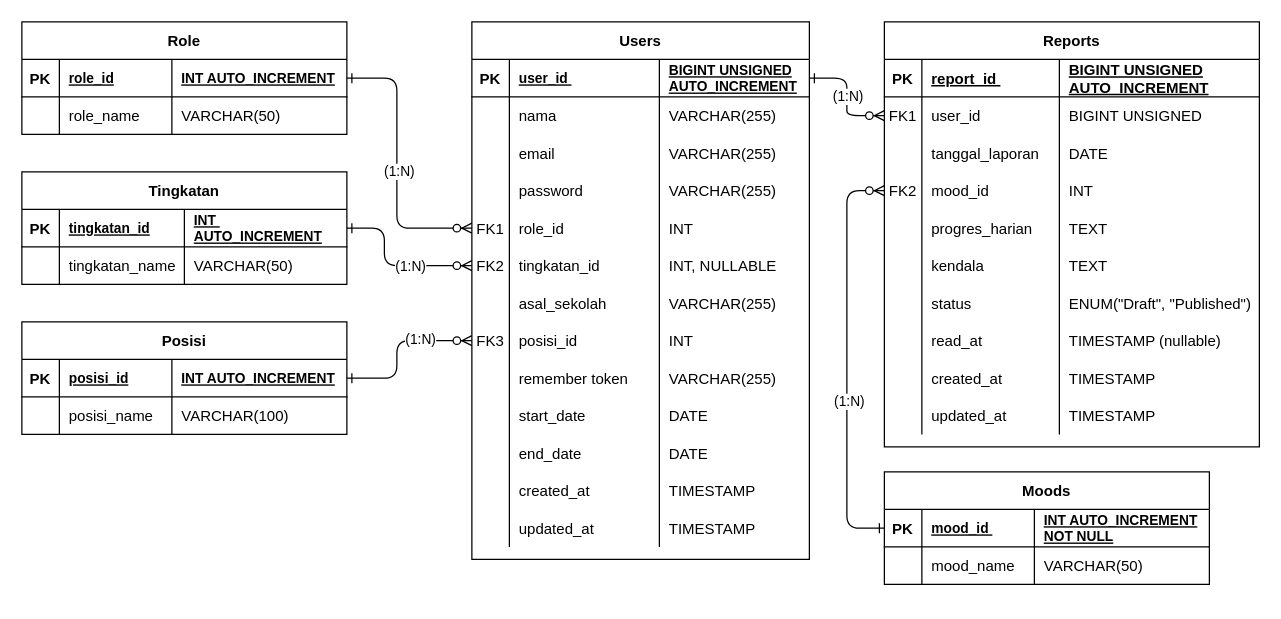
Above: page "Halaman-2" (2 of 2) of ERD_MonitoringMagang.drawio in niflAkuy/MonitoringMagang (draw.io), before the change. Source tidied: cells renumbered, new cells numbered last; positions are measured from the earlier drawing's top-left corner, leaving out a move shared by most shapes. Both pictures are drawn from the tidied source at 125%, with x=0, y=0 at pixel (21, 21).
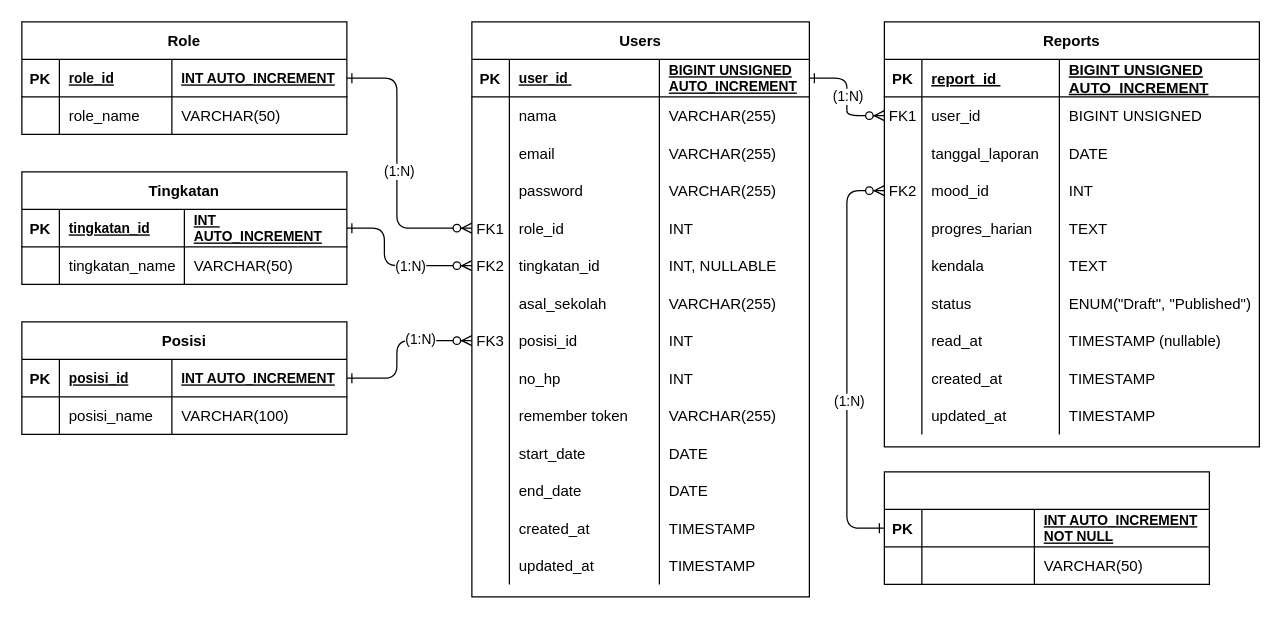
The same page after the edit.

The change refers to these unchanged cells:
```xml
<mxCell id="99" style="shape=partialRectangle;fillColor=none;points=[[0,0.5],[1,0.5]];portConstraint=eastwest;top=0;left=0;right=0;bottom=1;" parent="98" vertex="1">
  <mxGeometry y="30" width="260" height="30" as="geometry" />
</mxCell>
<mxCell id="103" style="shape=partialRectangle;fillColor=none;top=0;left=0;right=0;bottom=0;" parent="98" vertex="1">
  <mxGeometry y="60" width="260" height="30" as="geometry" />
</mxCell>
```

What changed in the source:
```diff
@@
     <mxCell id="45" value="Users" style="shape=table;startSize=30;childLayout=tableLayout;rowLines=0;fontStyle=1;align=center;" parent="1" vertex="1">
-      <mxGeometry x="360" width="270" height="430" as="geometry" />
+      <mxGeometry x="360" width="270" height="460" as="geometry" />
     </mxCell>
@@
+    <mxCell id="142" style="shape=partialRectangle;fillColor=none;top=0;left=0;right=0;bottom=0;" parent="45" vertex="1">
+      <mxGeometry y="270" width="270" height="30" as="geometry" />
+    </mxCell>
+    <mxCell id="143" style="shape=partialRectangle;overflow=hidden;fillColor=none;top=0;left=0;bottom=0;right=0;" parent="142" vertex="1">
+      <mxGeometry width="30" height="30" as="geometry" />
+    </mxCell>
+    <mxCell id="144" value="no_hp" style="shape=partialRectangle;overflow=hidden;fillColor=none;top=0;left=0;bottom=0;right=0;align=left;spacingLeft=6;" parent="142" vertex="1">
+      <mxGeometry x="30" width="120" height="30" as="geometry" />
+    </mxCell>
+    <mxCell id="145" value="INT" style="shape=partialRectangle;overflow=hidden;fillColor=none;top=0;left=0;bottom=0;right=0;align=left;spacingLeft=6;" parent="142" vertex="1">
+      <mxGeometry x="150" width="120" height="30" as="geometry" />
+    </mxCell>
     <mxCell id="78" style="shape=partialRectangle;fillColor=none;top=0;left=0;right=0;bottom=0;" parent="45" vertex="1">
-      <mxGeometry y="270" width="270" height="30" as="geometry" />
+      <mxGeometry y="300" width="270" height="30" as="geometry" />
     </mxCell>
@@
     <mxCell id="82" style="shape=partialRectangle;fillColor=none;top=0;left=0;right=0;bottom=0;" parent="45" vertex="1">
-      <mxGeometry y="300" width="270" height="30" as="geometry" />
+      <mxGeometry y="330" width="270" height="30" as="geometry" />
     </mxCell>
@@
     <mxCell id="86" style="shape=partialRectangle;fillColor=none;top=0;left=0;right=0;bottom=0;" parent="45" vertex="1">
-      <mxGeometry y="330" width="270" height="30" as="geometry" />
+      <mxGeometry y="360" width="270" height="30" as="geometry" />
     </mxCell>
@@
     <mxCell id="90" style="shape=partialRectangle;fillColor=none;top=0;left=0;right=0;bottom=0;" parent="45" vertex="1">
-      <mxGeometry y="360" width="270" height="30" as="geometry" />
+      <mxGeometry y="390" width="270" height="30" as="geometry" />
     </mxCell>
@@
     <mxCell id="94" style="shape=partialRectangle;fillColor=none;top=0;left=0;right=0;bottom=0;" parent="45" vertex="1">
-      <mxGeometry y="390" width="270" height="30" as="geometry" />
+      <mxGeometry y="420" width="270" height="30" as="geometry" />
     </mxCell>
@@
-    <mxCell id="98" value="Moods" style="shape=table;startSize=30;childLayout=tableLayout;rowLines=0;fontStyle=1;align=center;" parent="1" vertex="1">
+    <mxCell id="98" style="shape=table;startSize=30;childLayout=tableLayout;rowLines=0;fontStyle=1;align=center;" parent="1" vertex="1">
       <mxGeometry x="690" y="360" width="260" height="90" as="geometry" />
     </mxCell>
@@
-    <mxCell id="101" value="mood_id " style="shape=partialRectangle;overflow=hidden;fillColor=none;top=0;left=0;bottom=0;right=0;align=left;spacingLeft=6;fontStyle=5;fontSize=11;" parent="99" vertex="1">
+    <mxCell id="101" style="shape=partialRectangle;overflow=hidden;fillColor=none;top=0;left=0;bottom=0;right=0;align=left;spacingLeft=6;fontStyle=5;fontSize=11;" parent="99" vertex="1">
       <mxGeometry x="30" width="90" height="30" as="geometry" />
     </mxCell>
@@
-    <mxCell id="105" value="mood_name " style="shape=partialRectangle;overflow=hidden;fillColor=none;top=0;left=0;bottom=0;right=0;align=left;spacingLeft=6;" parent="103" vertex="1">
+    <mxCell id="105" style="shape=partialRectangle;overflow=hidden;fillColor=none;top=0;left=0;bottom=0;right=0;align=left;spacingLeft=6;" parent="103" vertex="1">
       <mxGeometry x="30" width="90" height="30" as="geometry" />
     </mxCell>
```
